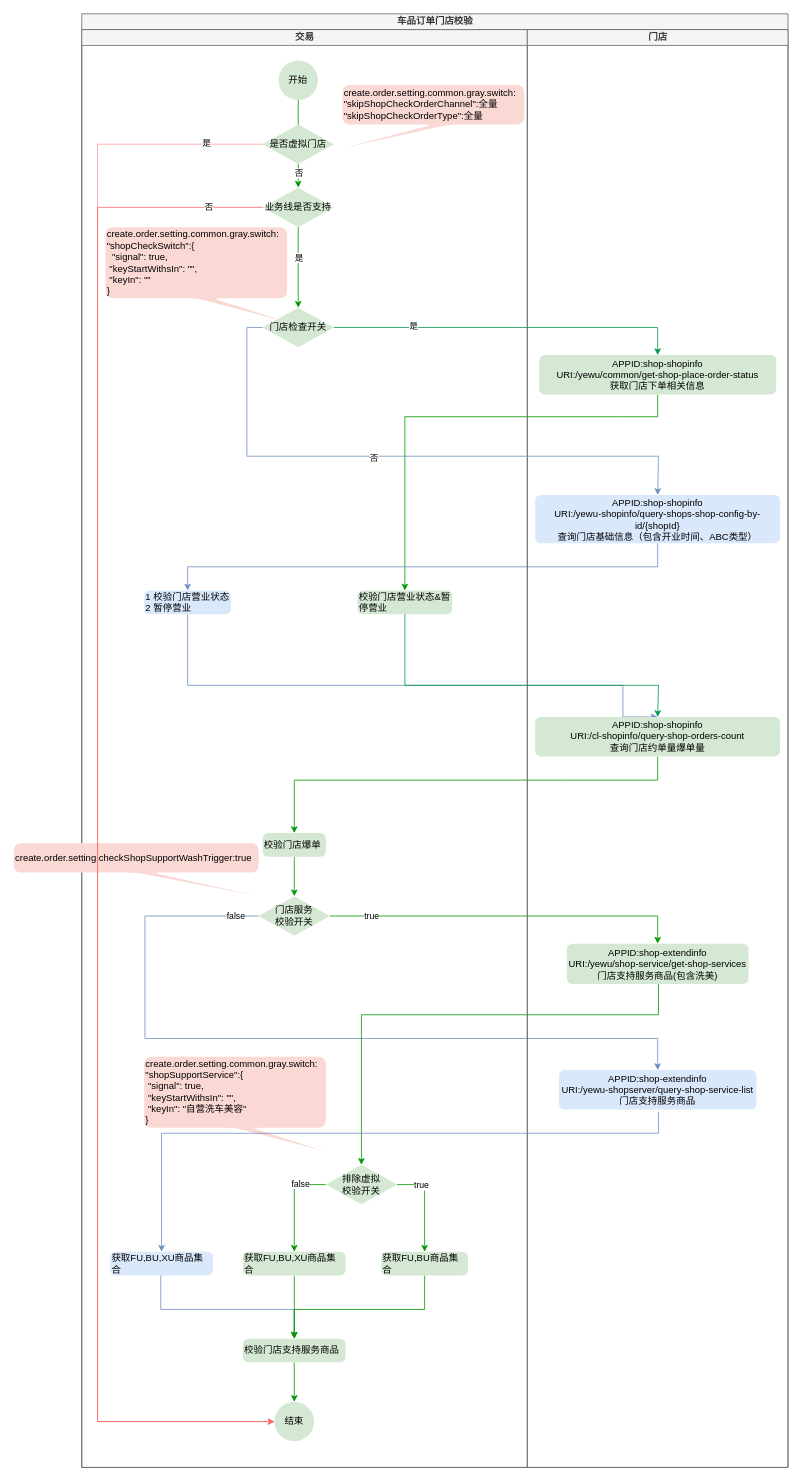
This is ShopCarCheck.drawio from tmdrk/springboot-brief, a draw.io file, before an edit. Source tidied: cells renumbered, new cells numbered last; positions are measured from the earlier drawing's top-left corner, leaving out a move shared by most shapes. Both pictures are drawn from the tidied source at 79%, with x=0, y=0 at pixel (13, 13).
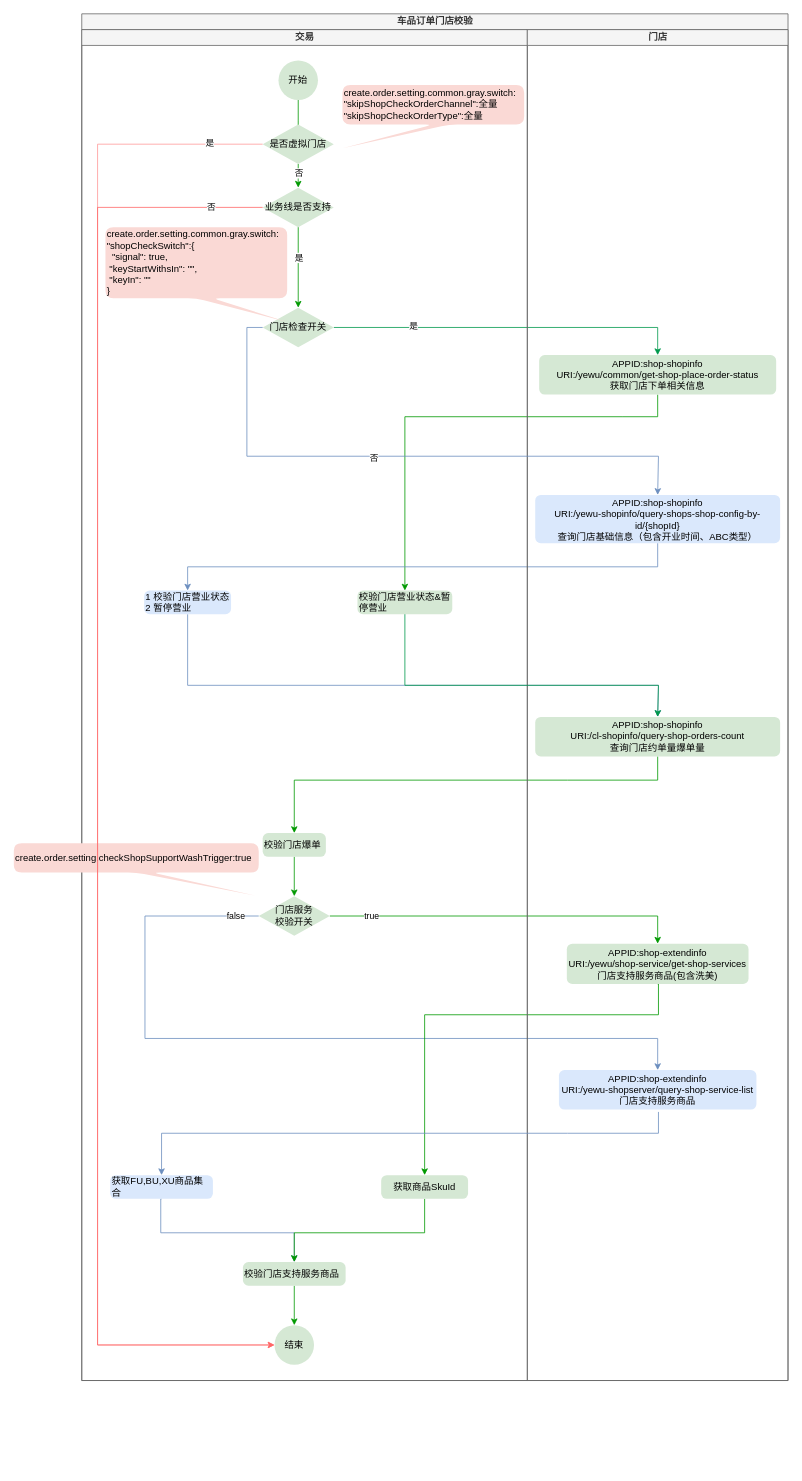
Above is the later version.

The change refers to these unchanged cells:
```xml
<mxCell id="19" value="&lt;div&gt;1 校验门店营业状态&lt;/div&gt;&lt;div&gt;2 暂停营业&lt;/div&gt;" style="rounded=1;whiteSpace=wrap;html=1;absoluteArcSize=1;arcSize=14;strokeWidth=1;align=left;strokeColor=none;fillColor=#dae8fc;" parent="14" vertex="1">
  <mxGeometry x="79" y="710" width="110" height="30" as="geometry" />
</mxCell>
<mxCell id="43" value="是否虚拟门店" style="strokeWidth=1;html=1;shape=mxgraph.flowchart.decision;whiteSpace=wrap;fillColor=#d5e8d4;strokeColor=none;" parent="14" vertex="1">
  <mxGeometry x="229" y="120" width="90" height="50" as="geometry" />
</mxCell>
<mxCell id="48" value="业务线是否支持" style="strokeWidth=1;html=1;shape=mxgraph.flowchart.decision;whiteSpace=wrap;fillColor=#d5e8d4;strokeColor=none;" parent="14" vertex="1">
  <mxGeometry x="229" y="200" width="90" height="50" as="geometry" />
</mxCell>
<mxCell id="54" value="&lt;div&gt;APPID:shop-shopinfo&lt;/div&gt;&lt;div&gt;URI:/cl-shopinfo/query-shop-orders-count&lt;/div&gt;&lt;div&gt;查询门店约单量爆单量&lt;br&gt;&lt;/div&gt;" style="rounded=1;whiteSpace=wrap;html=1;absoluteArcSize=1;arcSize=14;strokeWidth=1;strokeColor=none;fillColor=#d5e8d4;" parent="51" vertex="1">
  <mxGeometry x="10" y="870" width="310" height="50" as="geometry" />
</mxCell>
<mxCell id="55" value="&lt;div&gt;APPID:shop-extendinfo&lt;/div&gt;&lt;div&gt;URI:/yewu/shop-service/get-shop-services&lt;/div&gt;&lt;div&gt;门店支持服务商品(包含洗美)&lt;br&gt;&lt;/div&gt;" style="rounded=1;whiteSpace=wrap;html=1;absoluteArcSize=1;arcSize=14;strokeWidth=1;strokeColor=none;fillColor=#d5e8d4;" parent="51" vertex="1">
  <mxGeometry x="50" y="1157" width="230" height="51" as="geometry" />
</mxCell>
```

What changed in the source:
```diff
@@
     <mxCell id="2" value="车品订单门店校验" style="swimlane;startSize=20;html=1;strokeColor=#666666;fillColor=#f5f5f5;fontColor=#333333;" parent="1" vertex="1">
-      <mxGeometry x="86" width="894" height="1840" as="geometry" />
+      <mxGeometry x="86" width="894" height="1730" as="geometry" />
     </mxCell>
@@
     <mxCell id="7" style="edgeStyle=orthogonalEdgeStyle;rounded=0;jettySize=auto;html=1;entryX=0.5;entryY=0;entryDx=0;entryDy=0;strokeColor=#6C8EBF;exitX=0.5;exitY=1;exitDx=0;exitDy=0;" parent="2" edge="1" source="19" target="54">
       <mxGeometry relative="1" as="geometry">
         <Array as="points">
           <mxPoint x="134" y="850" />
-          <mxPoint x="685" y="850" />
+          <mxPoint x="730" y="850" />
         </Array>
       </mxGeometry>
     </mxCell>
@@
-    <mxCell id="13" style="edgeStyle=orthogonalEdgeStyle;rounded=0;jettySize=auto;html=1;strokeColor=#009900;entryX=0.5;entryY=0;entryDx=0;entryDy=0;entryPerimeter=0;exitX=0.5;exitY=1;exitDx=0;exitDy=0;" parent="2" edge="1" source="55" target="28">
+    <mxCell id="13" style="edgeStyle=orthogonalEdgeStyle;rounded=0;jettySize=auto;html=1;strokeColor=#009900;entryX=0.5;entryY=0;entryDx=0;entryDy=0;exitX=0.5;exitY=1;exitDx=0;exitDy=0;" parent="2" edge="1" source="55" target="36">
       <mxGeometry relative="1" as="geometry">
         <Array as="points">
           <mxPoint x="730" y="1228" />
           <mxPoint x="730" y="1267" />
-          <mxPoint x="354" y="1267" />
+          <mxPoint x="434" y="1267" />
         </Array>
       </mxGeometry>
     </mxCell>
     <mxCell id="14" value="交易" style="swimlane;startSize=20;html=1;fillColor=#f5f5f5;fontColor=#333333;strokeColor=#666666;" parent="2" vertex="1">
-      <mxGeometry y="20" width="564" height="1820" as="geometry" />
+      <mxGeometry y="20" width="564" height="1710" as="geometry" />
     </mxCell>
@@
     <mxCell id="20" value="结束" style="strokeWidth=1;html=1;shape=mxgraph.flowchart.start_2;whiteSpace=wrap;fillColor=#d5e8d4;strokeColor=none;" parent="14" vertex="1">
-      <mxGeometry x="244" y="1737" width="50" height="50" as="geometry" />
+      <mxGeometry x="244" y="1640" width="50" height="50" as="geometry" />
     </mxCell>
@@
-    <mxCell id="24" style="edgeStyle=orthogonalEdgeStyle;rounded=0;jettySize=auto;html=1;entryX=0.5;entryY=0;entryDx=0;entryDy=0;strokeColor=#009900;" parent="14" edge="1" source="28" target="36">
-      <mxGeometry relative="1" as="geometry">
-        <Array as="points">
-          <mxPoint x="434" y="1462" />
-        </Array>
-      </mxGeometry>
-    </mxCell>
-    <mxCell id="25" value="true" style="edgeLabel;html=1;align=center;verticalAlign=middle;" parent="24" vertex="1">
-      <mxGeometry x="-0.5" relative="1" as="geometry" />
-    </mxCell>
-    <mxCell id="26" style="edgeStyle=orthogonalEdgeStyle;rounded=0;jettySize=auto;html=1;entryX=0.5;entryY=0;entryDx=0;entryDy=0;strokeColor=#009900;" parent="14" edge="1" source="28" target="34">
-      <mxGeometry relative="1" as="geometry">
-        <Array as="points">
-          <mxPoint x="269" y="1462" />
-        </Array>
-      </mxGeometry>
-    </mxCell>
-    <mxCell id="27" value="false" style="edgeLabel;html=1;align=center;verticalAlign=middle;" parent="26" vertex="1">
-      <mxGeometry x="-0.47" y="-2" relative="1" as="geometry" />
-    </mxCell>
-    <mxCell id="28" value="排除虚拟&lt;br&gt;校验开关" style="strokeWidth=1;html=1;shape=mxgraph.flowchart.decision;whiteSpace=wrap;fillColor=#d5e8d4;strokeColor=none;" parent="14" vertex="1">
-      <mxGeometry x="309" y="1437" width="90" height="50" as="geometry" />
-    </mxCell>
@@
     <mxCell id="30" value="&lt;div&gt;校验门店支持服务商品&lt;/div&gt;" style="rounded=1;whiteSpace=wrap;html=1;absoluteArcSize=1;arcSize=14;strokeWidth=1;align=left;strokeColor=none;fillColor=#d5e8d4;" parent="14" vertex="1">
-      <mxGeometry x="204" y="1657" width="130" height="30" as="geometry" />
+      <mxGeometry x="204" y="1560" width="130" height="30" as="geometry" />
     </mxCell>
     <mxCell id="31" style="edgeStyle=orthogonalEdgeStyle;rounded=0;jettySize=auto;html=1;exitX=0.5;exitY=1;exitDx=0;exitDy=0;entryX=0.5;entryY=0;entryDx=0;entryDy=0;strokeColor=#6C8EBF;" parent="14" edge="1" source="32" target="30">
       <mxGeometry relative="1" as="geometry">
         <Array as="points">
-          <mxPoint x="100" y="1577" />
-          <mxPoint x="100" y="1620" />
-          <mxPoint x="269" y="1620" />
+          <mxPoint x="100" y="1480" />
+          <mxPoint x="100" y="1523" />
+          <mxPoint x="269" y="1523" />
         </Array>
       </mxGeometry>
     </mxCell>
     <mxCell id="32" value="获取FU,BU,XU&lt;span style=&quot;background-color: initial;&quot;&gt;商品集合&lt;/span&gt;" style="rounded=1;whiteSpace=wrap;html=1;absoluteArcSize=1;arcSize=14;strokeWidth=1;align=left;strokeColor=none;fillColor=#dae8fc;" parent="14" vertex="1">
-      <mxGeometry x="36" y="1547" width="130" height="30" as="geometry" />
+      <mxGeometry x="36" y="1450" width="130" height="30" as="geometry" />
     </mxCell>
-    <mxCell id="33" style="edgeStyle=orthogonalEdgeStyle;rounded=0;jettySize=auto;html=1;entryX=0.5;entryY=0;entryDx=0;entryDy=0;strokeColor=#009900;" parent="14" edge="1" source="34" target="30">
-      <mxGeometry relative="1" as="geometry" />
-    </mxCell>
-    <mxCell id="34" value="获取FU,BU,XU&lt;span style=&quot;background-color: initial;&quot;&gt;商品集合&lt;/span&gt;" style="rounded=1;whiteSpace=wrap;html=1;absoluteArcSize=1;arcSize=14;strokeWidth=1;align=left;strokeColor=none;fillColor=#d5e8d4;" parent="14" vertex="1">
-      <mxGeometry x="204" y="1547" width="130" height="30" as="geometry" />
-    </mxCell>
     <mxCell id="35" style="edgeStyle=orthogonalEdgeStyle;rounded=0;jettySize=auto;html=1;entryX=0.5;entryY=0;entryDx=0;entryDy=0;strokeColor=#009900;" parent="14" edge="1" source="36" target="30">
       <mxGeometry relative="1" as="geometry">
         <Array as="points">
-          <mxPoint x="434" y="1620" />
-          <mxPoint x="269" y="1620" />
+          <mxPoint x="434" y="1523" />
+          <mxPoint x="269" y="1523" />
         </Array>
       </mxGeometry>
     </mxCell>
-    <mxCell id="36" value="获取FU,BU&lt;span style=&quot;background-color: initial;&quot;&gt;商品集合&lt;/span&gt;" style="rounded=1;whiteSpace=wrap;html=1;absoluteArcSize=1;arcSize=14;strokeWidth=1;align=left;strokeColor=none;fillColor=#d5e8d4;" parent="14" vertex="1">
-      <mxGeometry x="379" y="1547" width="110" height="30" as="geometry" />
+    <mxCell id="36" value="获取&lt;span style=&quot;background-color: initial;&quot;&gt;商品SkuId&lt;/span&gt;" style="rounded=1;whiteSpace=wrap;html=1;absoluteArcSize=1;arcSize=14;strokeWidth=1;align=center;strokeColor=none;fillColor=#d5e8d4;" parent="14" vertex="1">
+      <mxGeometry x="379" y="1450" width="110" height="30" as="geometry" />
     </mxCell>
@@
-    <mxCell id="38" value="create.order.setting.common.gray.switch:&lt;br&gt;&lt;div style=&quot;&quot;&gt;&lt;span style=&quot;background-color: initial;&quot;&gt;&quot;shopSupportService&quot;:&lt;/span&gt;{&lt;/div&gt;&lt;div&gt;&lt;span style=&quot;&quot;&gt; &lt;/span&gt;&lt;span style=&quot;white-space: pre;&quot;&gt; &lt;/span&gt;&quot;signal&quot;: true,&lt;/div&gt;&lt;div&gt;&lt;span style=&quot;&quot;&gt; &lt;/span&gt;&lt;span style=&quot;white-space: pre;&quot;&gt; &lt;/span&gt;&quot;keyStartWithsIn&quot;: &quot;&quot;,&lt;/div&gt;&lt;div&gt;&lt;span style=&quot;&quot;&gt; &lt;/span&gt;&lt;span style=&quot;white-space: pre;&quot;&gt; &lt;/span&gt;&quot;keyIn&quot;: &quot;自营洗车美容&quot;&lt;/div&gt;&lt;div&gt;}&lt;/div&gt;" style="shape=callout;whiteSpace=wrap;html=1;perimeter=calloutPerimeter;position2=1;fillColor=#fad9d5;strokeColor=none;rounded=1;align=left;" parent="14" vertex="1">
-      <mxGeometry x="79" y="1300" width="230" height="120" as="geometry" />
-    </mxCell>
     <mxCell id="39" style="edgeStyle=orthogonalEdgeStyle;rounded=0;jettySize=auto;html=1;entryX=0;entryY=0.5;entryDx=0;entryDy=0;entryPerimeter=0;strokeColor=#FF9999;exitX=0;exitY=0.5;exitDx=0;exitDy=0;exitPerimeter=0;" parent="14" edge="1" source="43" target="20">
       <mxGeometry relative="1" as="geometry">
         <Array as="points">
           <mxPoint x="20" y="145" />
-          <mxPoint x="20" y="1762" />
+          <mxPoint x="20" y="1665" />
         </Array>
       </mxGeometry>
     </mxCell>
@@
     <mxCell id="44" style="edgeStyle=orthogonalEdgeStyle;rounded=0;jettySize=auto;html=1;exitX=0;exitY=0.5;exitDx=0;exitDy=0;exitPerimeter=0;entryX=0;entryY=0.5;entryDx=0;entryDy=0;entryPerimeter=0;strokeColor=#FF6666;" parent="14" edge="1" source="48" target="20">
       <mxGeometry relative="1" as="geometry">
         <Array as="points">
           <mxPoint x="20" y="225" />
-          <mxPoint x="20" y="1762" />
+          <mxPoint x="20" y="1665" />
         </Array>
       </mxGeometry>
     </mxCell>
@@
     <mxCell id="51" value="门店" style="swimlane;startSize=20;html=1;fillColor=#f5f5f5;fontColor=#333333;strokeColor=#666666;" parent="2" vertex="1">
-      <mxGeometry x="564" y="20" width="330" height="1820" as="geometry" />
+      <mxGeometry x="564" y="20" width="330" height="1710" as="geometry" />
     </mxCell>
```
